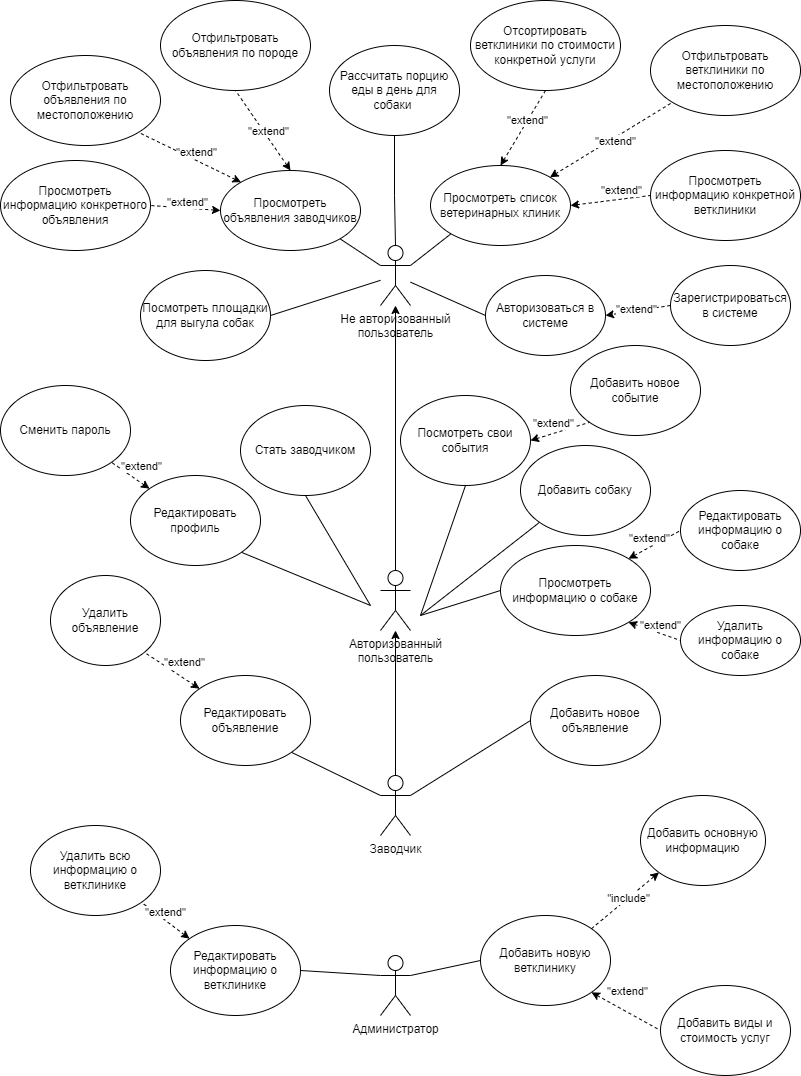
polyafedosova/TP-5.2-5 keeps this draw.io diagram as Documentation/Diagrams/Диаграмма прецедентов (Use-case diagram)/Диаграмма прецендентов (Use-case).drawio.png. Above is the earlier version. Source tidied: cells renumbered, new cells last; positions are measured from the earlier drawing's top-left corner, leaving out a move shared by most shapes. Source of this version:
```xml
<mxGraphModel>
  <root>
    <mxCell id="0" />
    <mxCell id="1" parent="0" />
    <mxCell id="2" style="rounded=0;jettySize=auto;html=1;exitX=0.5;exitY=0;exitDx=0;exitDy=0;exitPerimeter=0;entryX=0.5;entryY=1;entryDx=0;entryDy=0;endArrow=none;endFill=0;" parent="1" edge="1" source="3" target="9">
      <mxGeometry relative="1" as="geometry">
        <Array as="points">
          <mxPoint x="394" y="195" />
        </Array>
      </mxGeometry>
    </mxCell>
    <mxCell id="3" value="Не авторизованный&lt;br&gt;пользователь" style="shape=umlActor;verticalLabelPosition=bottom;verticalAlign=top;html=1;outlineConnect=0;" parent="1" vertex="1">
      <mxGeometry x="380" y="245" width="30" height="60" as="geometry" />
    </mxCell>
    <mxCell id="4" style="rounded=0;jettySize=auto;html=1;endArrow=none;endFill=0;exitX=0;exitY=0.5;exitDx=0;exitDy=0;" parent="1" edge="1" source="5" target="3">
      <mxGeometry relative="1" as="geometry" />
    </mxCell>
    <mxCell id="5" value="Авторизоваться в системе" style="ellipse;whiteSpace=wrap;html=1;" parent="1" vertex="1">
      <mxGeometry x="485" y="275" width="120" height="80" as="geometry" />
    </mxCell>
    <mxCell id="6" style="rounded=0;jettySize=auto;html=1;entryX=1;entryY=0.5;entryDx=0;entryDy=0;endArrow=classic;endFill=1;dashed=1;exitX=0;exitY=0.5;exitDx=0;exitDy=0;startArrow=none;startFill=0;" parent="1" edge="1" source="8" target="5">
      <mxGeometry relative="1" as="geometry" />
    </mxCell>
    <mxCell id="7" value="&quot;extend&quot;" style="edgeLabel;html=1;align=center;verticalAlign=middle;" parent="6" vertex="1">
      <mxGeometry x="-0.28" y="3" relative="1" as="geometry">
        <mxPoint x="-11" y="-3" as="offset" />
      </mxGeometry>
    </mxCell>
    <mxCell id="8" value="Зарегистрироваться в системе" style="ellipse;whiteSpace=wrap;html=1;" parent="1" vertex="1">
      <mxGeometry x="670" y="265" width="120" height="80" as="geometry" />
    </mxCell>
    <mxCell id="9" value="Рассчитать порцию еды в день для собаки&amp;nbsp;" style="ellipse;whiteSpace=wrap;html=1;" parent="1" vertex="1">
      <mxGeometry x="329" y="45" width="130" height="90" as="geometry" />
    </mxCell>
    <mxCell id="10" style="rounded=0;jettySize=auto;html=1;exitX=0.5;exitY=0;exitDx=0;exitDy=0;entryX=0.5;entryY=1;entryDx=0;entryDy=0;dashed=1;endArrow=none;endFill=0;startArrow=classic;startFill=1;" parent="1" edge="1" source="13" target="14">
      <mxGeometry relative="1" as="geometry" />
    </mxCell>
    <mxCell id="11" value="&quot;extend&quot;" style="edgeLabel;html=1;align=center;verticalAlign=middle;" parent="10" vertex="1">
      <mxGeometry x="-0.36" y="-1" relative="1" as="geometry">
        <mxPoint x="11" y="-22" as="offset" />
      </mxGeometry>
    </mxCell>
    <mxCell id="12" style="rounded=0;jettySize=auto;html=1;exitX=0;exitY=1;exitDx=0;exitDy=0;entryX=1;entryY=0.3333333333333333;entryDx=0;entryDy=0;entryPerimeter=0;endArrow=none;endFill=0;" parent="1" edge="1" source="13" target="3">
      <mxGeometry relative="1" as="geometry" />
    </mxCell>
    <mxCell id="13" value="Просмотреть список ветеринарных клиник" style="ellipse;whiteSpace=wrap;html=1;" parent="1" vertex="1">
      <mxGeometry x="430" y="165" width="140" height="80" as="geometry" />
    </mxCell>
    <mxCell id="14" value="Отсортировать ветклиники по стоимости конкретной услуги" style="ellipse;whiteSpace=wrap;html=1;" parent="1" vertex="1">
      <mxGeometry x="470" width="150" height="90" as="geometry" />
    </mxCell>
    <mxCell id="15" value="Отфильтровать ветклиники по местоположению" style="ellipse;whiteSpace=wrap;html=1;" parent="1" vertex="1">
      <mxGeometry x="650" y="25" width="150" height="90" as="geometry" />
    </mxCell>
    <mxCell id="16" style="rounded=0;jettySize=auto;html=1;exitX=1;exitY=0;exitDx=0;exitDy=0;entryX=0;entryY=1;entryDx=0;entryDy=0;dashed=1;endArrow=none;endFill=0;startArrow=classic;startFill=1;" parent="1" edge="1" source="13" target="15">
      <mxGeometry relative="1" as="geometry" />
    </mxCell>
    <mxCell id="17" value="&quot;extend&quot;" style="edgeLabel;html=1;align=center;verticalAlign=middle;" parent="16" vertex="1">
      <mxGeometry x="-0.36" y="-1" relative="1" as="geometry">
        <mxPoint x="25" y="-13" as="offset" />
      </mxGeometry>
    </mxCell>
    <mxCell id="18" style="rounded=0;jettySize=auto;html=1;exitX=1;exitY=1;exitDx=0;exitDy=0;entryX=0;entryY=0.3333333333333333;entryDx=0;entryDy=0;entryPerimeter=0;endArrow=none;endFill=0;" parent="1" edge="1" source="19" target="3">
      <mxGeometry relative="1" as="geometry" />
    </mxCell>
    <mxCell id="19" value="Просмотреть объявления заводчиков" style="ellipse;whiteSpace=wrap;html=1;" parent="1" vertex="1">
      <mxGeometry x="220" y="170" width="140" height="80" as="geometry" />
    </mxCell>
    <mxCell id="20" value="Просмотреть информацию конкретной ветклиники" style="ellipse;whiteSpace=wrap;html=1;" parent="1" vertex="1">
      <mxGeometry x="650" y="150" width="150" height="90" as="geometry" />
    </mxCell>
    <mxCell id="21" style="rounded=0;jettySize=auto;html=1;exitX=1;exitY=0.5;exitDx=0;exitDy=0;entryX=0;entryY=0.5;entryDx=0;entryDy=0;dashed=1;endArrow=none;endFill=0;startArrow=classic;startFill=1;" parent="1" edge="1" source="13" target="20">
      <mxGeometry relative="1" as="geometry" />
    </mxCell>
    <mxCell id="22" value="&quot;extend&quot;" style="edgeLabel;html=1;align=center;verticalAlign=middle;" parent="21" vertex="1">
      <mxGeometry x="-0.36" y="-1" relative="1" as="geometry">
        <mxPoint x="25" y="-13" as="offset" />
      </mxGeometry>
    </mxCell>
    <mxCell id="23" value="Отфильтровать объявления по породе" style="ellipse;whiteSpace=wrap;html=1;" parent="1" vertex="1">
      <mxGeometry x="160" width="150" height="90" as="geometry" />
    </mxCell>
    <mxCell id="24" value="Отфильтровать объявления по местоположению" style="ellipse;whiteSpace=wrap;html=1;" parent="1" vertex="1">
      <mxGeometry x="10" y="55" width="150" height="90" as="geometry" />
    </mxCell>
    <mxCell id="25" value="Просмотреть информацию конкретного объявления" style="ellipse;whiteSpace=wrap;html=1;" parent="1" vertex="1">
      <mxGeometry y="160" width="150" height="90" as="geometry" />
    </mxCell>
    <mxCell id="26" style="rounded=0;jettySize=auto;html=1;exitX=0.5;exitY=0;exitDx=0;exitDy=0;entryX=0.5;entryY=1;entryDx=0;entryDy=0;dashed=1;endArrow=none;endFill=0;startArrow=classic;startFill=1;" parent="1" edge="1" source="19" target="23">
      <mxGeometry relative="1" as="geometry" />
    </mxCell>
    <mxCell id="27" value="&quot;extend&quot;" style="edgeLabel;html=1;align=center;verticalAlign=middle;" parent="26" vertex="1">
      <mxGeometry x="-0.36" y="-1" relative="1" as="geometry">
        <mxPoint x="-6" y="-13" as="offset" />
      </mxGeometry>
    </mxCell>
    <mxCell id="28" style="rounded=0;jettySize=auto;html=1;exitX=0;exitY=0;exitDx=0;exitDy=0;entryX=1;entryY=1;entryDx=0;entryDy=0;dashed=1;endArrow=none;endFill=0;startArrow=classic;startFill=1;" parent="1" edge="1" source="19" target="24">
      <mxGeometry relative="1" as="geometry" />
    </mxCell>
    <mxCell id="29" value="&quot;extend&quot;" style="edgeLabel;html=1;align=center;verticalAlign=middle;" parent="28" vertex="1">
      <mxGeometry x="-0.36" y="-1" relative="1" as="geometry">
        <mxPoint x="-12" y="-13" as="offset" />
      </mxGeometry>
    </mxCell>
    <mxCell id="30" style="rounded=0;jettySize=auto;html=1;exitX=0;exitY=0.5;exitDx=0;exitDy=0;entryX=1;entryY=0.5;entryDx=0;entryDy=0;dashed=1;endArrow=none;endFill=0;startArrow=classic;startFill=1;" parent="1" edge="1" source="19" target="25">
      <mxGeometry relative="1" as="geometry" />
    </mxCell>
    <mxCell id="31" value="&quot;extend&quot;" style="edgeLabel;html=1;align=center;verticalAlign=middle;" parent="30" vertex="1">
      <mxGeometry x="-0.36" y="-1" relative="1" as="geometry">
        <mxPoint x="-11" y="-6" as="offset" />
      </mxGeometry>
    </mxCell>
    <mxCell id="32" style="rounded=0;jettySize=auto;html=1;exitX=1;exitY=0.5;exitDx=0;exitDy=0;endArrow=none;endFill=0;" parent="1" edge="1" source="33" target="3">
      <mxGeometry relative="1" as="geometry" />
    </mxCell>
    <mxCell id="33" value="Посмотреть площадки для выгула собак" style="ellipse;whiteSpace=wrap;html=1;" parent="1" vertex="1">
      <mxGeometry x="140" y="270" width="130" height="90" as="geometry" />
    </mxCell>
    <mxCell id="34" style="edgeStyle=orthogonalEdgeStyle;rounded=0;jettySize=auto;html=1;exitX=0.5;exitY=0;exitDx=0;exitDy=0;exitPerimeter=0;" parent="1" edge="1" source="35" target="3">
      <mxGeometry relative="1" as="geometry" />
    </mxCell>
    <mxCell id="35" value="Авторизованный&lt;br&gt;пользователь" style="shape=umlActor;verticalLabelPosition=bottom;verticalAlign=top;html=1;outlineConnect=0;" parent="1" vertex="1">
      <mxGeometry x="380" y="570" width="30" height="60" as="geometry" />
    </mxCell>
    <mxCell id="36" style="rounded=0;jettySize=auto;html=1;exitX=0.5;exitY=1;exitDx=0;exitDy=0;endArrow=none;endFill=0;" parent="1" edge="1" source="37">
      <mxGeometry relative="1" as="geometry">
        <mxPoint x="420" y="615" as="targetPoint" />
      </mxGeometry>
    </mxCell>
    <mxCell id="37" value="Посмотреть свои события" style="ellipse;whiteSpace=wrap;html=1;" parent="1" vertex="1">
      <mxGeometry x="400" y="395" width="130" height="90" as="geometry" />
    </mxCell>
    <mxCell id="38" style="rounded=0;jettySize=auto;html=1;exitX=0;exitY=1;exitDx=0;exitDy=0;endArrow=none;endFill=0;" parent="1" edge="1" source="39">
      <mxGeometry relative="1" as="geometry">
        <mxPoint x="420" y="615" as="targetPoint" />
      </mxGeometry>
    </mxCell>
    <mxCell id="39" value="Добавить собаку" style="ellipse;whiteSpace=wrap;html=1;" parent="1" vertex="1">
      <mxGeometry x="520" y="445" width="130" height="90" as="geometry" />
    </mxCell>
    <mxCell id="40" style="rounded=0;jettySize=auto;html=1;exitX=0;exitY=0.5;exitDx=0;exitDy=0;endArrow=none;endFill=0;" parent="1" edge="1" source="41">
      <mxGeometry relative="1" as="geometry">
        <mxPoint x="420" y="615" as="targetPoint" />
      </mxGeometry>
    </mxCell>
    <mxCell id="41" value="Просмотреть информацию о собаке" style="ellipse;whiteSpace=wrap;html=1;" parent="1" vertex="1">
      <mxGeometry x="500" y="545" width="150" height="90" as="geometry" />
    </mxCell>
    <mxCell id="42" style="rounded=0;jettySize=auto;html=1;exitX=0.5;exitY=1;exitDx=0;exitDy=0;endArrow=none;endFill=0;" parent="1" edge="1" source="43">
      <mxGeometry relative="1" as="geometry">
        <mxPoint x="370" y="605" as="targetPoint" />
      </mxGeometry>
    </mxCell>
    <mxCell id="43" value="Стать заводчиком" style="ellipse;whiteSpace=wrap;html=1;" parent="1" vertex="1">
      <mxGeometry x="240" y="405" width="130" height="90" as="geometry" />
    </mxCell>
    <mxCell id="44" style="rounded=0;jettySize=auto;html=1;exitX=1;exitY=1;exitDx=0;exitDy=0;endArrow=none;endFill=0;" parent="1" edge="1" source="45">
      <mxGeometry relative="1" as="geometry">
        <mxPoint x="370" y="605" as="targetPoint" />
      </mxGeometry>
    </mxCell>
    <mxCell id="45" value="Редактировать профиль" style="ellipse;whiteSpace=wrap;html=1;" parent="1" vertex="1">
      <mxGeometry x="130" y="475" width="130" height="90" as="geometry" />
    </mxCell>
    <mxCell id="46" value="Сменить пароль" style="ellipse;whiteSpace=wrap;html=1;" parent="1" vertex="1">
      <mxGeometry y="385" width="130" height="90" as="geometry" />
    </mxCell>
    <mxCell id="47" style="rounded=0;jettySize=auto;html=1;exitX=0;exitY=0;exitDx=0;exitDy=0;entryX=1;entryY=1;entryDx=0;entryDy=0;dashed=1;endArrow=none;endFill=0;startArrow=classic;startFill=1;" parent="1" edge="1" source="45" target="46">
      <mxGeometry relative="1" as="geometry" />
    </mxCell>
    <mxCell id="48" value="&quot;extend&quot;" style="edgeLabel;html=1;align=center;verticalAlign=middle;" parent="47" vertex="1">
      <mxGeometry x="-0.36" y="-1" relative="1" as="geometry">
        <mxPoint x="3" y="-13" as="offset" />
      </mxGeometry>
    </mxCell>
    <mxCell id="49" style="edgeStyle=orthogonalEdgeStyle;rounded=0;jettySize=auto;html=1;" parent="1" edge="1" source="50" target="35">
      <mxGeometry relative="1" as="geometry" />
    </mxCell>
    <mxCell id="50" value="Заводчик" style="shape=umlActor;verticalLabelPosition=bottom;verticalAlign=top;html=1;outlineConnect=0;" parent="1" vertex="1">
      <mxGeometry x="380" y="775" width="30" height="60" as="geometry" />
    </mxCell>
    <mxCell id="51" style="rounded=0;jettySize=auto;html=1;exitX=1;exitY=1;exitDx=0;exitDy=0;entryX=0;entryY=0.3333333333333333;entryDx=0;entryDy=0;entryPerimeter=0;endArrow=none;endFill=0;" parent="1" edge="1" source="52" target="50">
      <mxGeometry relative="1" as="geometry" />
    </mxCell>
    <mxCell id="52" value="Редактировать объявление" style="ellipse;whiteSpace=wrap;html=1;" parent="1" vertex="1">
      <mxGeometry x="180" y="675" width="130" height="90" as="geometry" />
    </mxCell>
    <mxCell id="53" value="Удалить объявление" style="ellipse;whiteSpace=wrap;html=1;" parent="1" vertex="1">
      <mxGeometry x="50" y="575" width="110" height="90" as="geometry" />
    </mxCell>
    <mxCell id="54" value="Удалить информацию о собаке" style="ellipse;whiteSpace=wrap;html=1;" parent="1" vertex="1">
      <mxGeometry x="680" y="605" width="120" height="70" as="geometry" />
    </mxCell>
    <mxCell id="55" value="Редактировать информацию о собаке" style="ellipse;whiteSpace=wrap;html=1;" parent="1" vertex="1">
      <mxGeometry x="680" y="490" width="120" height="80" as="geometry" />
    </mxCell>
    <mxCell id="56" style="rounded=0;jettySize=auto;html=1;exitX=1;exitY=1;exitDx=0;exitDy=0;entryX=0;entryY=0.5;entryDx=0;entryDy=0;dashed=1;endArrow=none;endFill=0;startArrow=classic;startFill=1;" parent="1" edge="1" source="41" target="54">
      <mxGeometry relative="1" as="geometry" />
    </mxCell>
    <mxCell id="57" value="&quot;extend&quot;" style="edgeLabel;html=1;align=center;verticalAlign=middle;" parent="56" vertex="1">
      <mxGeometry x="-0.36" y="-1" relative="1" as="geometry">
        <mxPoint x="15" y="-4" as="offset" />
      </mxGeometry>
    </mxCell>
    <mxCell id="58" style="rounded=0;jettySize=auto;html=1;exitX=1;exitY=0;exitDx=0;exitDy=0;entryX=0;entryY=0.5;entryDx=0;entryDy=0;dashed=1;endArrow=none;endFill=0;startArrow=classic;startFill=1;" parent="1" edge="1" source="41" target="55">
      <mxGeometry relative="1" as="geometry" />
    </mxCell>
    <mxCell id="59" value="&quot;extend&quot;" style="edgeLabel;html=1;align=center;verticalAlign=middle;" parent="58" vertex="1">
      <mxGeometry x="-0.36" y="-1" relative="1" as="geometry">
        <mxPoint x="3" y="-13" as="offset" />
      </mxGeometry>
    </mxCell>
    <mxCell id="60" style="rounded=0;jettySize=auto;html=1;exitX=0;exitY=0;exitDx=0;exitDy=0;entryX=1;entryY=1;entryDx=0;entryDy=0;dashed=1;endArrow=none;endFill=0;startArrow=classic;startFill=1;" parent="1" edge="1" source="52" target="53">
      <mxGeometry relative="1" as="geometry" />
    </mxCell>
    <mxCell id="61" value="&quot;extend&quot;" style="edgeLabel;html=1;align=center;verticalAlign=middle;" parent="60" vertex="1">
      <mxGeometry x="-0.36" y="-1" relative="1" as="geometry">
        <mxPoint x="1" y="-14" as="offset" />
      </mxGeometry>
    </mxCell>
    <mxCell id="62" style="rounded=0;jettySize=auto;html=1;exitX=0;exitY=0.5;exitDx=0;exitDy=0;entryX=1;entryY=0.3333333333333333;entryDx=0;entryDy=0;entryPerimeter=0;endArrow=none;endFill=0;" parent="1" edge="1" source="63" target="50">
      <mxGeometry relative="1" as="geometry" />
    </mxCell>
    <mxCell id="63" value="Добавить новое объявление" style="ellipse;whiteSpace=wrap;html=1;" parent="1" vertex="1">
      <mxGeometry x="530" y="675" width="130" height="90" as="geometry" />
    </mxCell>
    <mxCell id="64" value="Администратор" style="shape=umlActor;verticalLabelPosition=bottom;verticalAlign=top;html=1;outlineConnect=0;" parent="1" vertex="1">
      <mxGeometry x="380" y="955" width="30" height="60" as="geometry" />
    </mxCell>
    <mxCell id="65" value="Добавить новое событие" style="ellipse;whiteSpace=wrap;html=1;" parent="1" vertex="1">
      <mxGeometry x="570" y="345" width="130" height="90" as="geometry" />
    </mxCell>
    <mxCell id="66" style="rounded=0;jettySize=auto;html=1;exitX=1;exitY=0.5;exitDx=0;exitDy=0;entryX=0;entryY=1;entryDx=0;entryDy=0;dashed=1;endArrow=none;endFill=0;startArrow=classic;startFill=1;" parent="1" edge="1" source="37" target="65">
      <mxGeometry relative="1" as="geometry" />
    </mxCell>
    <mxCell id="67" value="&quot;extend&quot;" style="edgeLabel;html=1;align=center;verticalAlign=middle;" parent="66" vertex="1">
      <mxGeometry x="-0.36" y="-1" relative="1" as="geometry">
        <mxPoint x="3" y="-13" as="offset" />
      </mxGeometry>
    </mxCell>
    <mxCell id="68" style="rounded=0;jettySize=auto;html=1;exitX=0;exitY=0.5;exitDx=0;exitDy=0;endArrow=none;endFill=0;entryX=1;entryY=0.3333333333333333;entryDx=0;entryDy=0;entryPerimeter=0;" parent="1" edge="1" source="69" target="64">
      <mxGeometry relative="1" as="geometry" />
    </mxCell>
    <mxCell id="69" value="Добавить новую ветклинику" style="ellipse;whiteSpace=wrap;html=1;" parent="1" vertex="1">
      <mxGeometry x="480" y="915" width="130" height="90" as="geometry" />
    </mxCell>
    <mxCell id="70" style="rounded=0;jettySize=auto;html=1;exitX=1;exitY=0.5;exitDx=0;exitDy=0;entryX=0;entryY=0.3333333333333333;entryDx=0;entryDy=0;entryPerimeter=0;endArrow=none;endFill=0;" parent="1" edge="1" source="71" target="64">
      <mxGeometry relative="1" as="geometry" />
    </mxCell>
    <mxCell id="71" value="Редактировать информацию о ветклинике" style="ellipse;whiteSpace=wrap;html=1;" parent="1" vertex="1">
      <mxGeometry x="170" y="925" width="130" height="90" as="geometry" />
    </mxCell>
    <mxCell id="72" value="Удалить всю информацию о ветклинике" style="ellipse;whiteSpace=wrap;html=1;" parent="1" vertex="1">
      <mxGeometry x="30" y="825" width="130" height="90" as="geometry" />
    </mxCell>
    <mxCell id="73" style="rounded=0;jettySize=auto;html=1;exitX=0;exitY=0;exitDx=0;exitDy=0;entryX=1;entryY=1;entryDx=0;entryDy=0;dashed=1;endArrow=none;endFill=0;startArrow=classic;startFill=1;" parent="1" edge="1" source="71" target="72">
      <mxGeometry relative="1" as="geometry" />
    </mxCell>
    <mxCell id="74" value="&quot;extend&quot;" style="edgeLabel;html=1;align=center;verticalAlign=middle;" parent="73" vertex="1">
      <mxGeometry x="-0.36" y="-1" relative="1" as="geometry">
        <mxPoint x="-10" y="-14" as="offset" />
      </mxGeometry>
    </mxCell>
    <mxCell id="75" value="Добавить виды и стоимость услуг" style="ellipse;whiteSpace=wrap;html=1;" parent="1" vertex="1">
      <mxGeometry x="660" y="985" width="130" height="90" as="geometry" />
    </mxCell>
    <mxCell id="76" style="rounded=0;jettySize=auto;html=1;exitX=1;exitY=1;exitDx=0;exitDy=0;entryX=0;entryY=0.5;entryDx=0;entryDy=0;dashed=1;endArrow=none;endFill=0;startArrow=classic;startFill=1;" parent="1" edge="1" source="69" target="75">
      <mxGeometry relative="1" as="geometry" />
    </mxCell>
    <mxCell id="77" value="&quot;extend&quot;" style="edgeLabel;html=1;align=center;verticalAlign=middle;" parent="76" vertex="1">
      <mxGeometry x="-0.36" y="-1" relative="1" as="geometry">
        <mxPoint x="14" y="-14" as="offset" />
      </mxGeometry>
    </mxCell>
    <mxCell id="78" value="Добавить основную информацию" style="ellipse;whiteSpace=wrap;html=1;" parent="1" vertex="1">
      <mxGeometry x="640" y="795" width="125" height="90" as="geometry" />
    </mxCell>
    <mxCell id="79" style="rounded=0;jettySize=auto;html=1;exitX=1;exitY=0;exitDx=0;exitDy=0;dashed=1;endArrow=classic;endFill=1;startArrow=none;startFill=0;entryX=0;entryY=1;entryDx=0;entryDy=0;" parent="1" edge="1" source="69" target="78">
      <mxGeometry relative="1" as="geometry" />
    </mxCell>
    <mxCell id="80" value="&quot;include&quot;" style="edgeLabel;html=1;align=center;verticalAlign=middle;" parent="79" vertex="1">
      <mxGeometry x="-0.36" y="-1" relative="1" as="geometry">
        <mxPoint x="14" y="-14" as="offset" />
      </mxGeometry>
    </mxCell>
  </root>
</mxGraphModel>
```
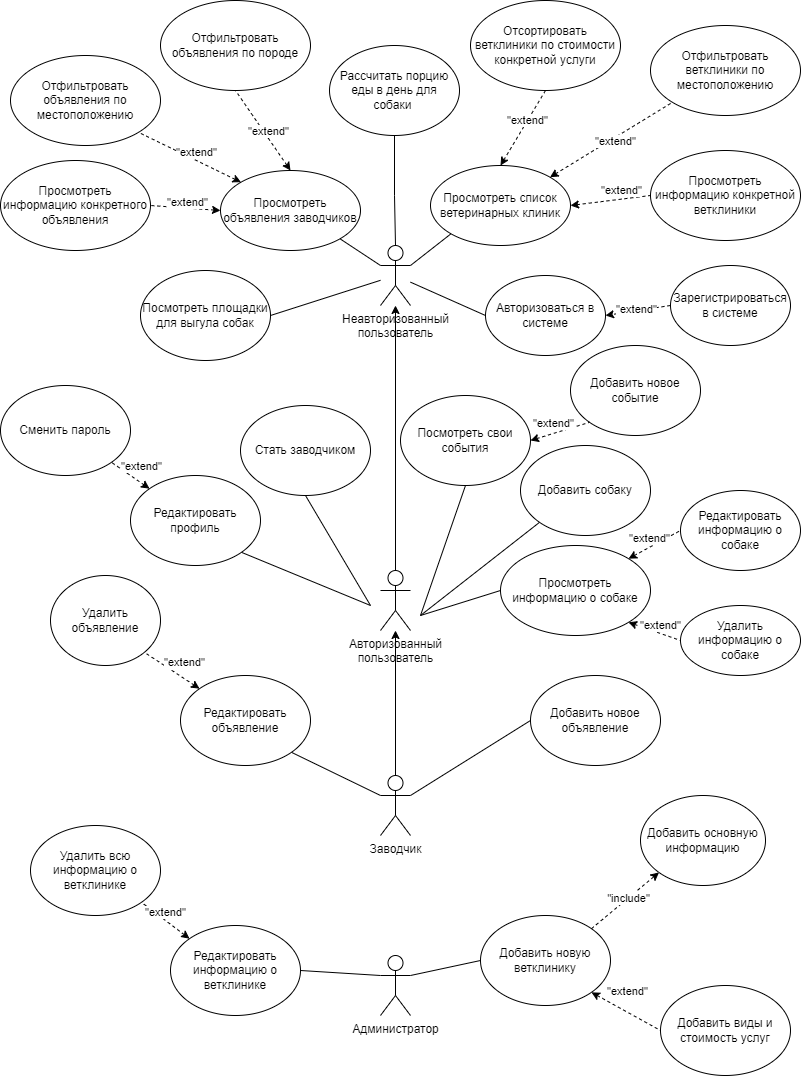
Later version of the same file.

Commit message:
edit use-case

The edit, as a diff of the source:
```diff
@@ -9,7 +9,7 @@
         </Array>
       </mxGeometry>
     </mxCell>
-    <mxCell id="3" value="Не авторизованный&lt;br&gt;пользователь" style="shape=umlActor;verticalLabelPosition=bottom;verticalAlign=top;html=1;outlineConnect=0;" parent="1" vertex="1">
+    <mxCell id="3" value="Неавторизованный&lt;br&gt;пользователь" style="shape=umlActor;verticalLabelPosition=bottom;verticalAlign=top;html=1;outlineConnect=0;" parent="1" vertex="1">
       <mxGeometry x="380" y="245" width="30" height="60" as="geometry" />
     </mxCell>
     <mxCell id="4" style="rounded=0;jettySize=auto;html=1;endArrow=none;endFill=0;exitX=0;exitY=0.5;exitDx=0;exitDy=0;" parent="1" edge="1" source="5" target="3">
```
